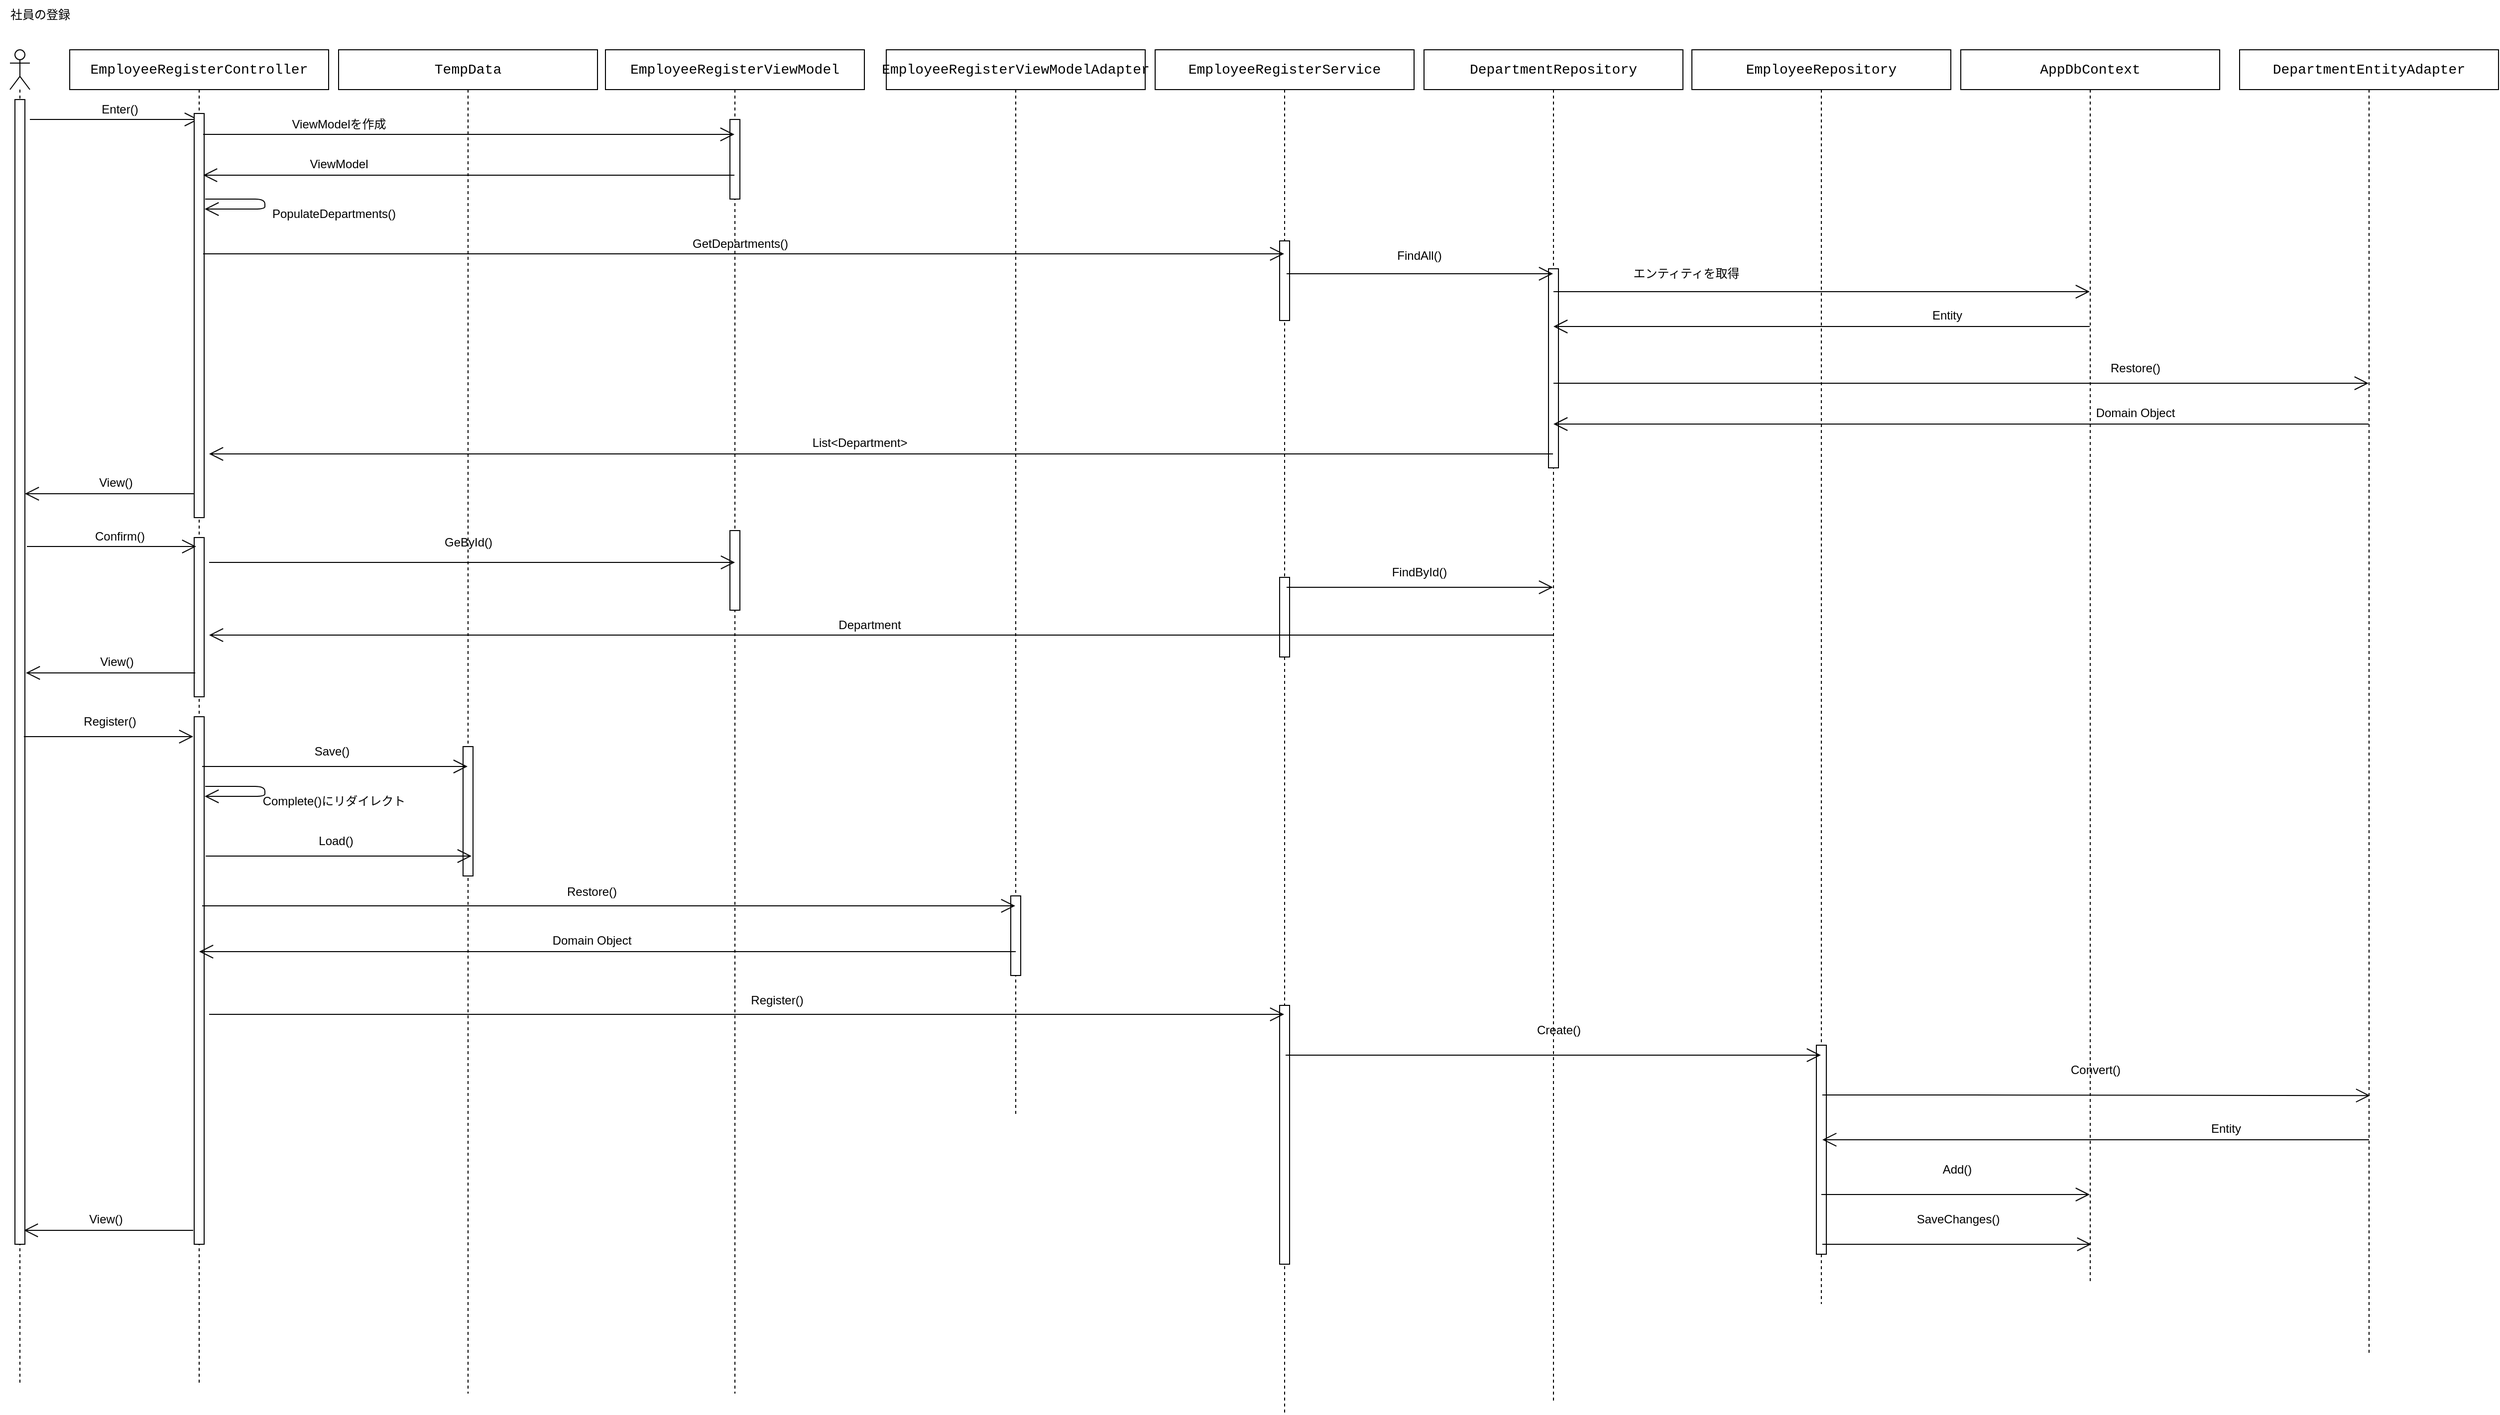
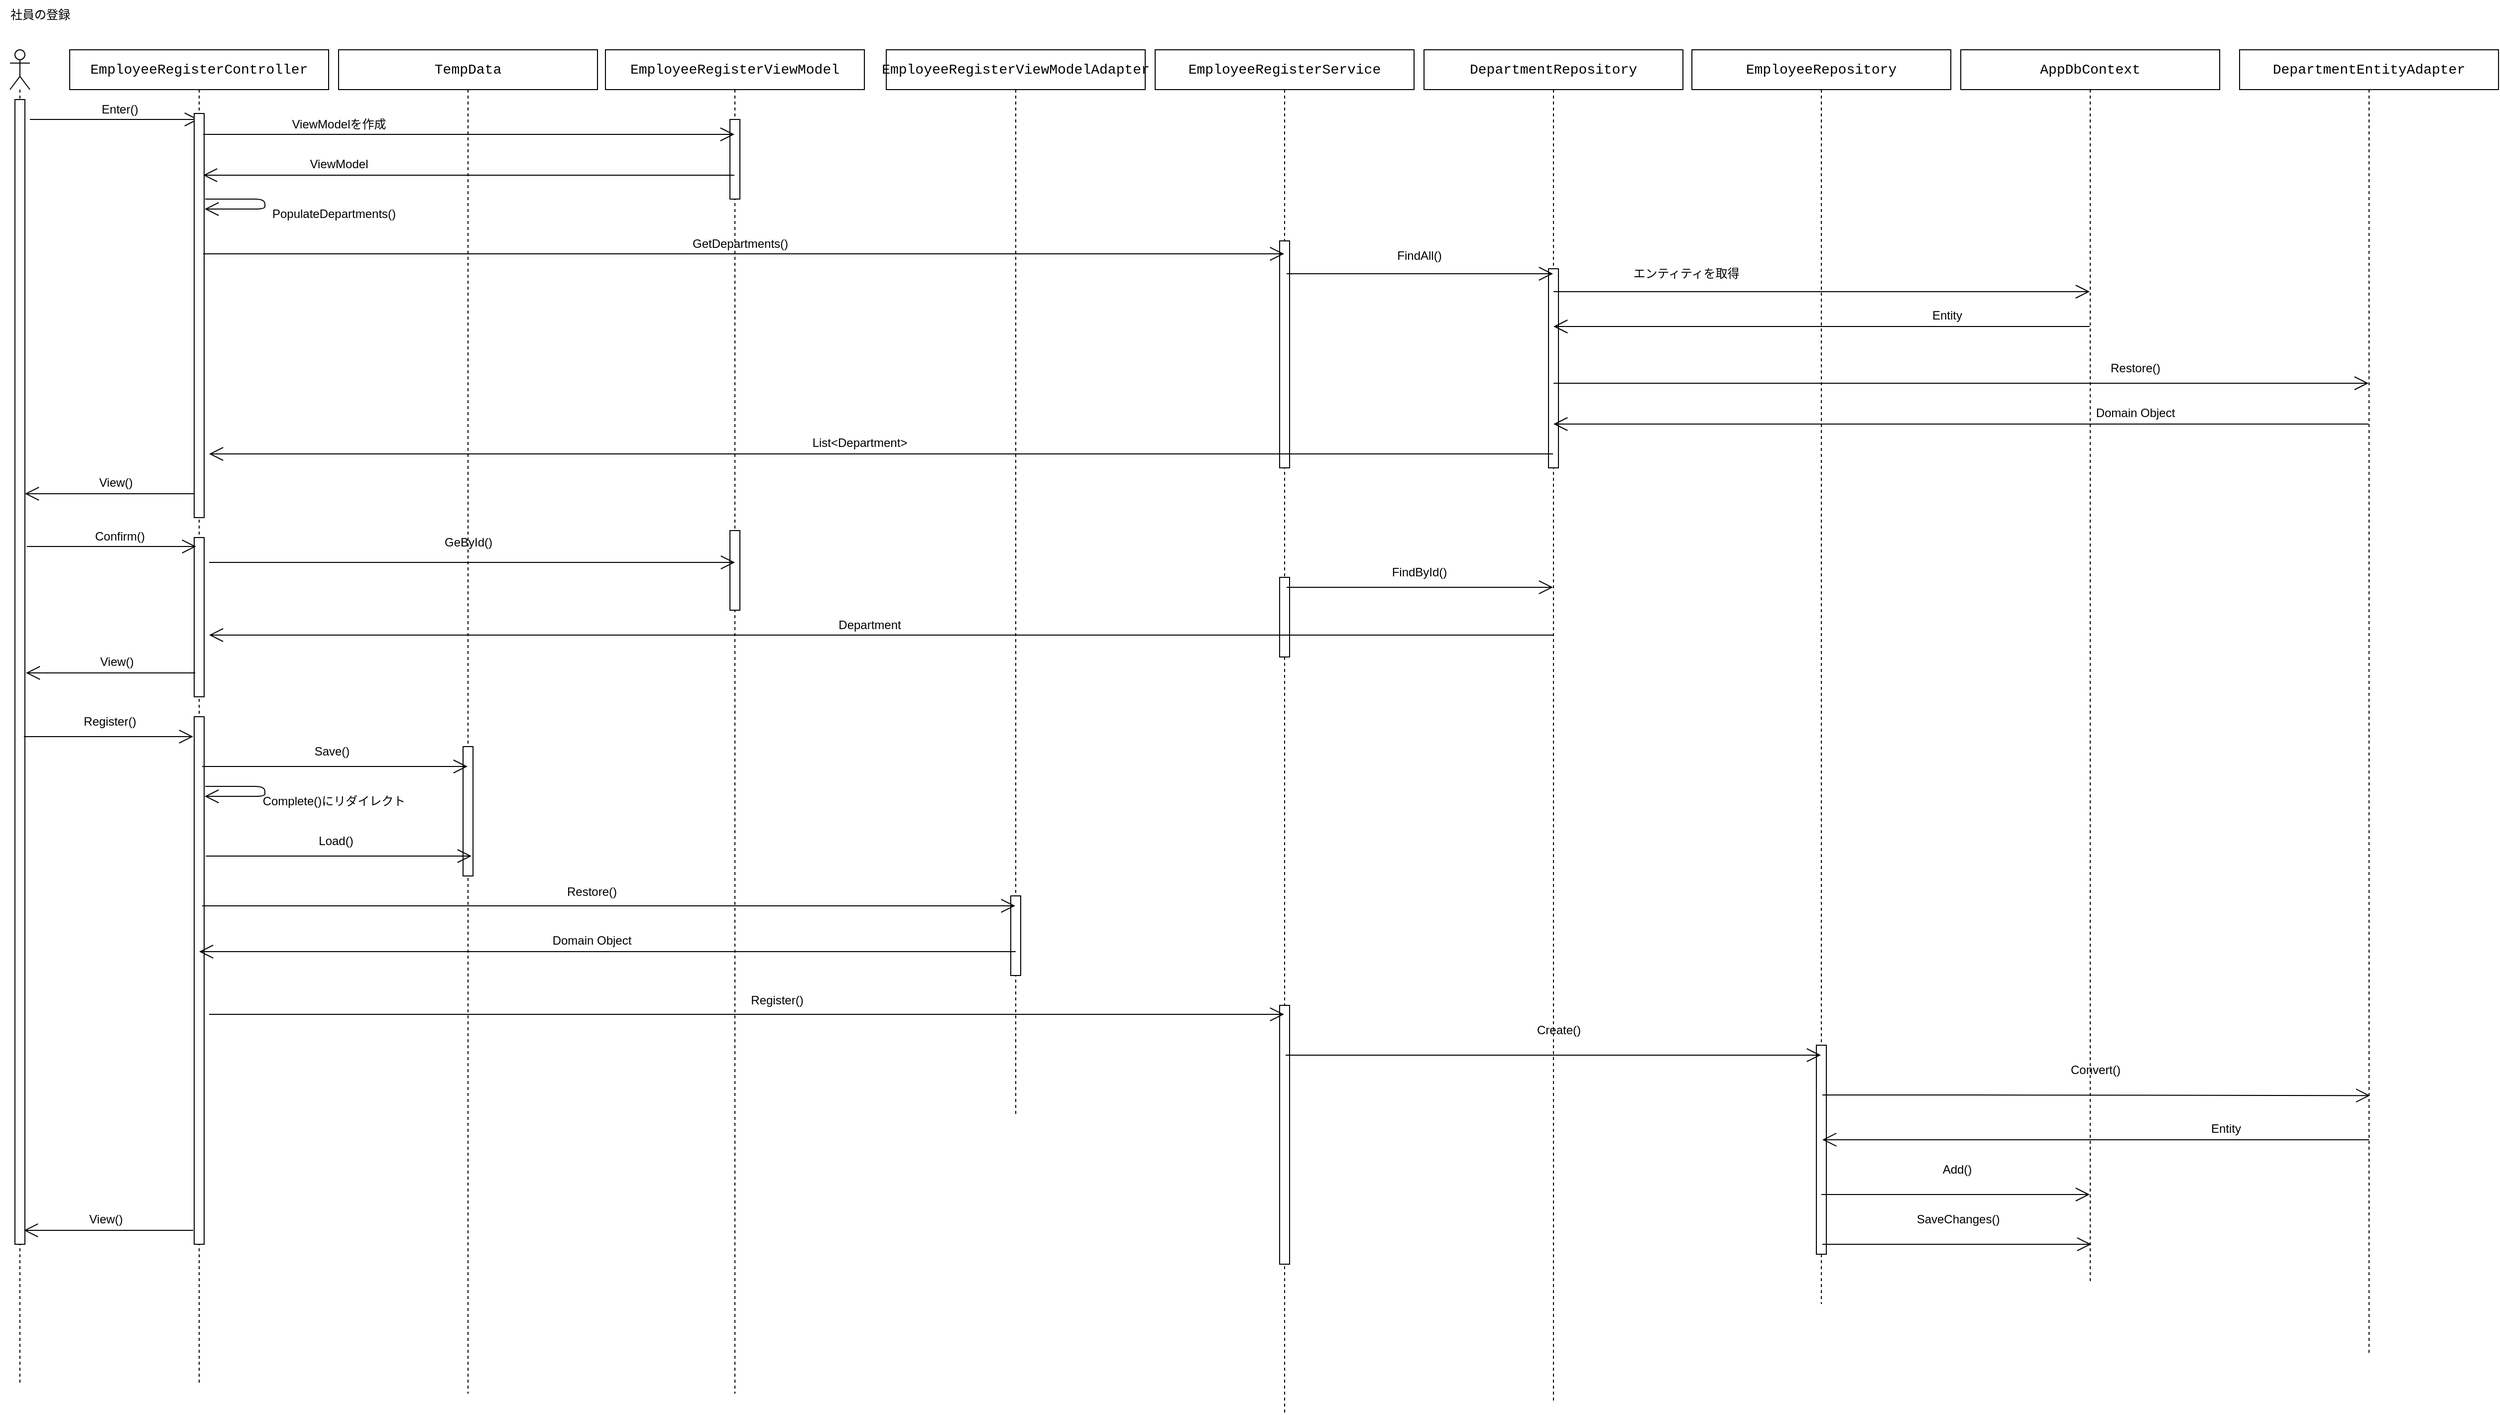
<mxfile host="65bd71144e">
    <diagram id="axI_IrC48X_eGzxyi9Jo" name="ページ1">
        <mxGraphModel dx="1920" dy="1397" grid="1" gridSize="10" guides="1" tooltips="1" connect="1" arrows="1" fold="1" page="1" pageScale="1" pageWidth="827" pageHeight="1169" math="0" shadow="0">
            <root>
                <mxCell id="0"/>
                <mxCell id="1" parent="0"/>
                <mxCell id="3" value="" style="shape=umlLifeline;perimeter=lifelinePerimeter;whiteSpace=wrap;html=1;container=1;dropTarget=0;collapsible=0;recursiveResize=0;outlineConnect=0;portConstraint=eastwest;newEdgeStyle={&quot;curved&quot;:0,&quot;rounded&quot;:0};participant=umlActor;" vertex="1" parent="1">
                    <mxGeometry x="50" y="70" width="20" height="1340" as="geometry"/>
                </mxCell>
                <mxCell id="6" value="" style="html=1;points=[[0,0,0,0,5],[0,1,0,0,-5],[1,0,0,0,5],[1,1,0,0,-5]];perimeter=orthogonalPerimeter;outlineConnect=0;targetShapes=umlLifeline;portConstraint=eastwest;newEdgeStyle={&quot;curved&quot;:0,&quot;rounded&quot;:0};" vertex="1" parent="3">
                    <mxGeometry x="5" y="50" width="10" height="1150" as="geometry"/>
                </mxCell>
                <mxCell id="5" value="社員の登録" style="text;html=1;align=center;verticalAlign=middle;resizable=0;points=[];autosize=1;strokeColor=none;fillColor=none;" vertex="1" parent="1">
                    <mxGeometry x="40" y="20" width="80" height="30" as="geometry"/>
                </mxCell>
                <mxCell id="8" value="&lt;font style=&quot;&quot;&gt;&lt;span style=&quot;font-family: Consolas, &amp;quot;Courier New&amp;quot;, monospace; font-size: 14px; white-space: pre;&quot;&gt;&lt;font style=&quot;color: light-dark(rgb(0, 0, 0), rgb(255, 255, 255));&quot;&gt;EmployeeRegisterViewModel&lt;/font&gt;&lt;/span&gt;&lt;/font&gt;" style="shape=umlLifeline;perimeter=lifelinePerimeter;whiteSpace=wrap;html=1;container=1;dropTarget=0;collapsible=0;recursiveResize=0;outlineConnect=0;portConstraint=eastwest;newEdgeStyle={&quot;curved&quot;:0,&quot;rounded&quot;:0};" vertex="1" parent="1">
                    <mxGeometry x="648" y="70" width="260" height="1350" as="geometry"/>
                </mxCell>
                <mxCell id="57" value="" style="html=1;points=[[0,0,0,0,5],[0,1,0,0,-5],[1,0,0,0,5],[1,1,0,0,-5]];perimeter=orthogonalPerimeter;outlineConnect=0;targetShapes=umlLifeline;portConstraint=eastwest;newEdgeStyle={&quot;curved&quot;:0,&quot;rounded&quot;:0};" vertex="1" parent="8">
                    <mxGeometry x="125" y="70" width="10" height="80" as="geometry"/>
                </mxCell>
                <mxCell id="100" value="" style="html=1;points=[[0,0,0,0,5],[0,1,0,0,-5],[1,0,0,0,5],[1,1,0,0,-5]];perimeter=orthogonalPerimeter;outlineConnect=0;targetShapes=umlLifeline;portConstraint=eastwest;newEdgeStyle={&quot;curved&quot;:0,&quot;rounded&quot;:0};" vertex="1" parent="8">
                    <mxGeometry x="125" y="483" width="10" height="80" as="geometry"/>
                </mxCell>
                <mxCell id="11" value="" style="endArrow=open;endFill=1;endSize=12;html=1;" edge="1" parent="1" target="13">
                    <mxGeometry width="160" relative="1" as="geometry">
                        <mxPoint x="70" y="140" as="sourcePoint"/>
                        <mxPoint x="200" y="140" as="targetPoint"/>
                        <Array as="points">
                            <mxPoint x="210.5" y="140"/>
                        </Array>
                    </mxGeometry>
                </mxCell>
                <mxCell id="12" value="Enter()" style="text;html=1;align=center;verticalAlign=middle;resizable=0;points=[];autosize=1;strokeColor=none;fillColor=none;" vertex="1" parent="1">
                    <mxGeometry x="130" y="115" width="60" height="30" as="geometry"/>
                </mxCell>
                <mxCell id="13" value="&lt;font style=&quot;&quot;&gt;&lt;span style=&quot;font-family: Consolas, &amp;quot;Courier New&amp;quot;, monospace; font-size: 14px; white-space: pre;&quot;&gt;&lt;font style=&quot;color: light-dark(rgb(0, 0, 0), rgb(255, 255, 255));&quot;&gt;EmployeeRegisterController&lt;/font&gt;&lt;/span&gt;&lt;/font&gt;" style="shape=umlLifeline;perimeter=lifelinePerimeter;whiteSpace=wrap;html=1;container=1;dropTarget=0;collapsible=0;recursiveResize=0;outlineConnect=0;portConstraint=eastwest;newEdgeStyle={&quot;curved&quot;:0,&quot;rounded&quot;:0};" vertex="1" parent="1">
                    <mxGeometry x="110" y="70" width="260" height="1340" as="geometry"/>
                </mxCell>
                <mxCell id="32" value="" style="html=1;points=[[0,0,0,0,5],[0,1,0,0,-5],[1,0,0,0,5],[1,1,0,0,-5]];perimeter=orthogonalPerimeter;outlineConnect=0;targetShapes=umlLifeline;portConstraint=eastwest;newEdgeStyle={&quot;curved&quot;:0,&quot;rounded&quot;:0};" vertex="1" parent="13">
                    <mxGeometry x="125" y="64" width="10" height="406" as="geometry"/>
                </mxCell>
                <mxCell id="98" value="" style="html=1;points=[[0,0,0,0,5],[0,1,0,0,-5],[1,0,0,0,5],[1,1,0,0,-5]];perimeter=orthogonalPerimeter;outlineConnect=0;targetShapes=umlLifeline;portConstraint=eastwest;newEdgeStyle={&quot;curved&quot;:0,&quot;rounded&quot;:0};" vertex="1" parent="13">
                    <mxGeometry x="125" y="490" width="10" height="160" as="geometry"/>
                </mxCell>
                <mxCell id="99" value="" style="html=1;points=[[0,0,0,0,5],[0,1,0,0,-5],[1,0,0,0,5],[1,1,0,0,-5]];perimeter=orthogonalPerimeter;outlineConnect=0;targetShapes=umlLifeline;portConstraint=eastwest;newEdgeStyle={&quot;curved&quot;:0,&quot;rounded&quot;:0};" vertex="1" parent="13">
                    <mxGeometry x="125" y="670" width="10" height="530" as="geometry"/>
                </mxCell>
                <mxCell id="15" value="" style="endArrow=open;endFill=1;endSize=12;html=1;" edge="1" parent="1">
                    <mxGeometry width="160" relative="1" as="geometry">
                        <mxPoint x="235" y="516" as="sourcePoint"/>
                        <mxPoint x="65" y="516" as="targetPoint"/>
                        <Array as="points">
                            <mxPoint x="215.5" y="516"/>
                        </Array>
                    </mxGeometry>
                </mxCell>
                <mxCell id="18" value="View()" style="text;html=1;align=center;verticalAlign=middle;resizable=0;points=[];autosize=1;strokeColor=none;fillColor=none;" vertex="1" parent="1">
                    <mxGeometry x="126" y="490" width="60" height="30" as="geometry"/>
                </mxCell>
                <mxCell id="19" value="" style="endArrow=open;endFill=1;endSize=12;html=1;" edge="1" parent="1">
                    <mxGeometry width="160" relative="1" as="geometry">
                        <mxPoint x="67" y="569" as="sourcePoint"/>
                        <mxPoint x="237" y="569" as="targetPoint"/>
                        <Array as="points">
                            <mxPoint x="207.5" y="569"/>
                        </Array>
                    </mxGeometry>
                </mxCell>
                <mxCell id="20" value="Confirm()" style="text;html=1;align=center;verticalAlign=middle;resizable=0;points=[];autosize=1;strokeColor=none;fillColor=none;" vertex="1" parent="1">
                    <mxGeometry x="125" y="544" width="70" height="30" as="geometry"/>
                </mxCell>
                <mxCell id="25" value="View()" style="text;html=1;align=center;verticalAlign=middle;resizable=0;points=[];autosize=1;strokeColor=none;fillColor=none;" vertex="1" parent="1">
                    <mxGeometry x="127" y="670" width="60" height="30" as="geometry"/>
                </mxCell>
                <mxCell id="26" value="" style="endArrow=open;endFill=1;endSize=12;html=1;" edge="1" parent="1">
                    <mxGeometry width="160" relative="1" as="geometry">
                        <mxPoint x="236" y="696" as="sourcePoint"/>
                        <mxPoint x="66" y="696" as="targetPoint"/>
                        <Array as="points">
                            <mxPoint x="216.5" y="696"/>
                        </Array>
                    </mxGeometry>
                </mxCell>
                <mxCell id="29" value="" style="endArrow=open;endFill=1;endSize=12;html=1;" edge="1" parent="1">
                    <mxGeometry width="160" relative="1" as="geometry">
                        <mxPoint x="234" y="1256" as="sourcePoint"/>
                        <mxPoint x="64" y="1256" as="targetPoint"/>
                        <Array as="points">
                            <mxPoint x="214.5" y="1256"/>
                        </Array>
                    </mxGeometry>
                </mxCell>
                <mxCell id="30" value="View()" style="text;html=1;align=center;verticalAlign=middle;resizable=0;points=[];autosize=1;strokeColor=none;fillColor=none;" vertex="1" parent="1">
                    <mxGeometry x="116" y="1230" width="60" height="30" as="geometry"/>
                </mxCell>
                <mxCell id="33" value="ViewModelを作成" style="text;html=1;align=center;verticalAlign=middle;resizable=0;points=[];autosize=1;strokeColor=none;fillColor=none;" vertex="1" parent="1">
                    <mxGeometry x="320" y="130" width="120" height="30" as="geometry"/>
                </mxCell>
                <mxCell id="34" value="" style="endArrow=open;endFill=1;endSize=12;html=1;" edge="1" parent="1" target="8">
                    <mxGeometry width="160" relative="1" as="geometry">
                        <mxPoint x="244" y="155" as="sourcePoint"/>
                        <mxPoint x="414" y="155" as="targetPoint"/>
                        <Array as="points">
                            <mxPoint x="384.5" y="155"/>
                        </Array>
                    </mxGeometry>
                </mxCell>
                <mxCell id="35" value="" style="endArrow=open;endFill=1;endSize=12;html=1;" edge="1" parent="1" source="8">
                    <mxGeometry width="160" relative="1" as="geometry">
                        <mxPoint x="414" y="196" as="sourcePoint"/>
                        <mxPoint x="244" y="196" as="targetPoint"/>
                        <Array as="points">
                            <mxPoint x="394.5" y="196"/>
                        </Array>
                    </mxGeometry>
                </mxCell>
                <mxCell id="36" value="ViewModel" style="text;html=1;align=center;verticalAlign=middle;resizable=0;points=[];autosize=1;strokeColor=none;fillColor=none;" vertex="1" parent="1">
                    <mxGeometry x="340" y="170" width="80" height="30" as="geometry"/>
                </mxCell>
                <mxCell id="37" value="" style="endArrow=open;endFill=1;endSize=12;html=1;" edge="1" parent="1">
                    <mxGeometry width="160" relative="1" as="geometry">
                        <mxPoint x="246" y="220" as="sourcePoint"/>
                        <mxPoint x="245.5" y="230" as="targetPoint"/>
                        <Array as="points">
                            <mxPoint x="306" y="220"/>
                            <mxPoint x="306" y="230"/>
                        </Array>
                    </mxGeometry>
                </mxCell>
                <mxCell id="38" value="PopulateDepartments()" style="text;html=1;align=center;verticalAlign=middle;resizable=0;points=[];autosize=1;strokeColor=none;fillColor=none;" vertex="1" parent="1">
                    <mxGeometry x="300" y="220" width="150" height="30" as="geometry"/>
                </mxCell>
                <mxCell id="39" value="&lt;font style=&quot;&quot;&gt;&lt;span style=&quot;font-family: Consolas, &amp;quot;Courier New&amp;quot;, monospace; font-size: 14px; white-space: pre;&quot;&gt;&lt;font style=&quot;color: light-dark(rgb(0, 0, 0), rgb(255, 255, 255));&quot;&gt;EmployeeRegisterService&lt;/font&gt;&lt;/span&gt;&lt;/font&gt;" style="shape=umlLifeline;perimeter=lifelinePerimeter;whiteSpace=wrap;html=1;container=1;dropTarget=0;collapsible=0;recursiveResize=0;outlineConnect=0;portConstraint=eastwest;newEdgeStyle={&quot;curved&quot;:0,&quot;rounded&quot;:0};" vertex="1" parent="1">
                    <mxGeometry x="1200" y="70" width="260" height="1370" as="geometry"/>
                </mxCell>
                <mxCell id="103" value="" style="html=1;points=[[0,0,0,0,5],[0,1,0,0,-5],[1,0,0,0,5],[1,1,0,0,-5]];perimeter=orthogonalPerimeter;outlineConnect=0;targetShapes=umlLifeline;portConstraint=eastwest;newEdgeStyle={&quot;curved&quot;:0,&quot;rounded&quot;:0};" vertex="1" parent="39">
-                     <mxGeometry x="125" y="192" width="10" height="80" as="geometry"/>
+                     <mxGeometry x="125" y="192" width="10" height="228" as="geometry"/>
                </mxCell>
                <mxCell id="104" value="" style="html=1;points=[[0,0,0,0,5],[0,1,0,0,-5],[1,0,0,0,5],[1,1,0,0,-5]];perimeter=orthogonalPerimeter;outlineConnect=0;targetShapes=umlLifeline;portConstraint=eastwest;newEdgeStyle={&quot;curved&quot;:0,&quot;rounded&quot;:0};" vertex="1" parent="39">
                    <mxGeometry x="125" y="530" width="10" height="80" as="geometry"/>
                </mxCell>
                <mxCell id="105" value="" style="html=1;points=[[0,0,0,0,5],[0,1,0,0,-5],[1,0,0,0,5],[1,1,0,0,-5]];perimeter=orthogonalPerimeter;outlineConnect=0;targetShapes=umlLifeline;portConstraint=eastwest;newEdgeStyle={&quot;curved&quot;:0,&quot;rounded&quot;:0};" vertex="1" parent="39">
                    <mxGeometry x="125" y="960" width="10" height="260" as="geometry"/>
                </mxCell>
                <mxCell id="40" value="" style="endArrow=open;endFill=1;endSize=12;html=1;" edge="1" parent="1" target="39">
                    <mxGeometry width="160" relative="1" as="geometry">
                        <mxPoint x="244" y="275" as="sourcePoint"/>
                        <mxPoint x="414" y="275" as="targetPoint"/>
                        <Array as="points">
                            <mxPoint x="384.5" y="275"/>
                        </Array>
                    </mxGeometry>
                </mxCell>
                <mxCell id="41" value="GetDepartments()" style="text;html=1;align=center;verticalAlign=middle;resizable=0;points=[];autosize=1;strokeColor=none;fillColor=none;" vertex="1" parent="1">
                    <mxGeometry x="723" y="250" width="120" height="30" as="geometry"/>
                </mxCell>
                <mxCell id="42" value="&lt;font style=&quot;&quot;&gt;&lt;span style=&quot;font-family: Consolas, &amp;quot;Courier New&amp;quot;, monospace; font-size: 14px; white-space: pre;&quot;&gt;&lt;font style=&quot;color: light-dark(rgb(0, 0, 0), rgb(255, 255, 255));&quot;&gt;DepartmentRepository&lt;/font&gt;&lt;/span&gt;&lt;/font&gt;" style="shape=umlLifeline;perimeter=lifelinePerimeter;whiteSpace=wrap;html=1;container=1;dropTarget=0;collapsible=0;recursiveResize=0;outlineConnect=0;portConstraint=eastwest;newEdgeStyle={&quot;curved&quot;:0,&quot;rounded&quot;:0};" vertex="1" parent="1">
                    <mxGeometry x="1470" y="70" width="260" height="1360" as="geometry"/>
                </mxCell>
                <mxCell id="106" value="" style="html=1;points=[[0,0,0,0,5],[0,1,0,0,-5],[1,0,0,0,5],[1,1,0,0,-5]];perimeter=orthogonalPerimeter;outlineConnect=0;targetShapes=umlLifeline;portConstraint=eastwest;newEdgeStyle={&quot;curved&quot;:0,&quot;rounded&quot;:0};" vertex="1" parent="42">
                    <mxGeometry x="125" y="220" width="10" height="200" as="geometry"/>
                </mxCell>
                <mxCell id="43" value="" style="endArrow=open;endFill=1;endSize=12;html=1;" edge="1" parent="1" target="42">
                    <mxGeometry width="160" relative="1" as="geometry">
                        <mxPoint x="1332" y="295" as="sourcePoint"/>
                        <mxPoint x="1868" y="295" as="targetPoint"/>
                        <Array as="points">
                            <mxPoint x="1472.5" y="295"/>
                        </Array>
                    </mxGeometry>
                </mxCell>
                <mxCell id="44" value="FindAll()" style="text;html=1;align=center;verticalAlign=middle;resizable=0;points=[];autosize=1;strokeColor=none;fillColor=none;" vertex="1" parent="1">
                    <mxGeometry x="1430" y="262" width="70" height="30" as="geometry"/>
                </mxCell>
                <mxCell id="45" value="&lt;font style=&quot;&quot;&gt;&lt;span style=&quot;font-family: Consolas, &amp;quot;Courier New&amp;quot;, monospace; font-size: 14px; white-space: pre;&quot;&gt;&lt;font style=&quot;color: light-dark(rgb(0, 0, 0), rgb(255, 255, 255));&quot;&gt;AppDbContext&lt;/font&gt;&lt;/span&gt;&lt;/font&gt;" style="shape=umlLifeline;perimeter=lifelinePerimeter;whiteSpace=wrap;html=1;container=1;dropTarget=0;collapsible=0;recursiveResize=0;outlineConnect=0;portConstraint=eastwest;newEdgeStyle={&quot;curved&quot;:0,&quot;rounded&quot;:0};" vertex="1" parent="1">
                    <mxGeometry x="2009" y="70" width="260" height="1240" as="geometry"/>
                </mxCell>
                <mxCell id="46" value="" style="endArrow=open;endFill=1;endSize=12;html=1;" edge="1" parent="1" target="45">
                    <mxGeometry width="160" relative="1" as="geometry">
                        <mxPoint x="1600" y="313" as="sourcePoint"/>
                        <mxPoint x="1868" y="313" as="targetPoint"/>
                        <Array as="points">
                            <mxPoint x="1740.5" y="313"/>
                        </Array>
                    </mxGeometry>
                </mxCell>
                <mxCell id="47" value="エンティティを取得" style="text;html=1;align=center;verticalAlign=middle;resizable=0;points=[];autosize=1;strokeColor=none;fillColor=none;" vertex="1" parent="1">
                    <mxGeometry x="1668" y="280" width="130" height="30" as="geometry"/>
                </mxCell>
                <mxCell id="48" value="Entity" style="text;html=1;align=center;verticalAlign=middle;resizable=0;points=[];autosize=1;strokeColor=none;fillColor=none;" vertex="1" parent="1">
                    <mxGeometry x="1970" y="322" width="50" height="30" as="geometry"/>
                </mxCell>
                <mxCell id="49" value="" style="endArrow=open;endFill=1;endSize=12;html=1;" edge="1" parent="1" source="45">
                    <mxGeometry width="160" relative="1" as="geometry">
                        <mxPoint x="1866" y="348" as="sourcePoint"/>
                        <mxPoint x="1600" y="348" as="targetPoint"/>
                        <Array as="points"/>
                    </mxGeometry>
                </mxCell>
                <mxCell id="50" value="&lt;font face=&quot;Consolas, Courier New, monospace&quot;&gt;&lt;span style=&quot;font-size: 14px; white-space: pre;&quot;&gt;DepartmentEntityAdapter&lt;/span&gt;&lt;/font&gt;" style="shape=umlLifeline;perimeter=lifelinePerimeter;whiteSpace=wrap;html=1;container=1;dropTarget=0;collapsible=0;recursiveResize=0;outlineConnect=0;portConstraint=eastwest;newEdgeStyle={&quot;curved&quot;:0,&quot;rounded&quot;:0};" vertex="1" parent="1">
                    <mxGeometry x="2289" y="70" width="260" height="1310" as="geometry"/>
                </mxCell>
                <mxCell id="51" value="" style="endArrow=open;endFill=1;endSize=12;html=1;" edge="1" parent="1" source="42" target="50">
                    <mxGeometry width="160" relative="1" as="geometry">
                        <mxPoint x="1610" y="440" as="sourcePoint"/>
                        <mxPoint x="1890" y="405" as="targetPoint"/>
                        <Array as="points">
                            <mxPoint x="1750.5" y="405"/>
                        </Array>
                    </mxGeometry>
                </mxCell>
                <mxCell id="52" value="Restore()" style="text;html=1;align=center;verticalAlign=middle;resizable=0;points=[];autosize=1;strokeColor=none;fillColor=none;" vertex="1" parent="1">
                    <mxGeometry x="2149" y="375" width="70" height="30" as="geometry"/>
                </mxCell>
                <mxCell id="53" value="" style="endArrow=open;endFill=1;endSize=12;html=1;" edge="1" parent="1" source="50">
                    <mxGeometry width="160" relative="1" as="geometry">
                        <mxPoint x="1880" y="446" as="sourcePoint"/>
                        <mxPoint x="1600" y="446" as="targetPoint"/>
                        <Array as="points"/>
                    </mxGeometry>
                </mxCell>
                <mxCell id="54" value="Domain Object" style="text;html=1;align=center;verticalAlign=middle;resizable=0;points=[];autosize=1;strokeColor=none;fillColor=none;" vertex="1" parent="1">
                    <mxGeometry x="2134" y="420" width="100" height="30" as="geometry"/>
                </mxCell>
                <mxCell id="55" value="List&amp;lt;Department&amp;gt;" style="text;html=1;align=center;verticalAlign=middle;resizable=0;points=[];autosize=1;strokeColor=none;fillColor=none;" vertex="1" parent="1">
                    <mxGeometry x="843" y="450" width="120" height="30" as="geometry"/>
                </mxCell>
                <mxCell id="56" value="" style="endArrow=open;endFill=1;endSize=12;html=1;" edge="1" parent="1" source="42">
                    <mxGeometry width="160" relative="1" as="geometry">
                        <mxPoint x="1050" y="476" as="sourcePoint"/>
                        <mxPoint x="250" y="476" as="targetPoint"/>
                        <Array as="points"/>
                    </mxGeometry>
                </mxCell>
                <mxCell id="58" value="" style="endArrow=open;endFill=1;endSize=12;html=1;" edge="1" parent="1">
                    <mxGeometry width="160" relative="1" as="geometry">
                        <mxPoint x="250" y="585" as="sourcePoint"/>
                        <mxPoint x="778" y="585" as="targetPoint"/>
                        <Array as="points">
                            <mxPoint x="382.5" y="585"/>
                        </Array>
                    </mxGeometry>
                </mxCell>
                <mxCell id="59" value="GeById()" style="text;html=1;align=center;verticalAlign=middle;resizable=0;points=[];autosize=1;strokeColor=none;fillColor=none;" vertex="1" parent="1">
                    <mxGeometry x="475" y="550" width="70" height="30" as="geometry"/>
                </mxCell>
                <mxCell id="60" value="" style="endArrow=open;endFill=1;endSize=12;html=1;" edge="1" parent="1" target="42">
                    <mxGeometry width="160" relative="1" as="geometry">
                        <mxPoint x="1332" y="610" as="sourcePoint"/>
                        <mxPoint x="1868" y="610" as="targetPoint"/>
                        <Array as="points">
                            <mxPoint x="1472.5" y="610"/>
                        </Array>
                    </mxGeometry>
                </mxCell>
                <mxCell id="61" value="FindById()" style="text;html=1;align=center;verticalAlign=middle;resizable=0;points=[];autosize=1;strokeColor=none;fillColor=none;" vertex="1" parent="1">
                    <mxGeometry x="1425" y="580" width="80" height="30" as="geometry"/>
                </mxCell>
                <mxCell id="62" value="Department" style="text;html=1;align=center;verticalAlign=middle;resizable=0;points=[];autosize=1;strokeColor=none;fillColor=none;" vertex="1" parent="1">
                    <mxGeometry x="868" y="633" width="90" height="30" as="geometry"/>
                </mxCell>
                <mxCell id="63" value="" style="endArrow=open;endFill=1;endSize=12;html=1;" edge="1" parent="1" source="42">
                    <mxGeometry width="160" relative="1" as="geometry">
                        <mxPoint x="1048" y="658" as="sourcePoint"/>
                        <mxPoint x="250" y="658" as="targetPoint"/>
                        <Array as="points">
                            <mxPoint x="932.5" y="658"/>
                        </Array>
                    </mxGeometry>
                </mxCell>
                <mxCell id="64" value="" style="endArrow=open;endFill=1;endSize=12;html=1;" edge="1" parent="1">
                    <mxGeometry width="160" relative="1" as="geometry">
                        <mxPoint x="64" y="760" as="sourcePoint"/>
                        <mxPoint x="234" y="760" as="targetPoint"/>
                        <Array as="points">
                            <mxPoint x="204.5" y="760"/>
                        </Array>
                    </mxGeometry>
                </mxCell>
                <mxCell id="65" value="Register()" style="text;html=1;align=center;verticalAlign=middle;resizable=0;points=[];autosize=1;strokeColor=none;fillColor=none;" vertex="1" parent="1">
                    <mxGeometry x="110" y="730" width="80" height="30" as="geometry"/>
                </mxCell>
                <mxCell id="66" value="" style="endArrow=open;endFill=1;endSize=12;html=1;" edge="1" parent="1">
                    <mxGeometry width="160" relative="1" as="geometry">
                        <mxPoint x="246" y="810" as="sourcePoint"/>
                        <mxPoint x="245.5" y="820" as="targetPoint"/>
                        <Array as="points">
                            <mxPoint x="306" y="810"/>
                            <mxPoint x="306" y="820"/>
                        </Array>
                    </mxGeometry>
                </mxCell>
                <mxCell id="67" value="Complete()にリダイレクト" style="text;html=1;align=center;verticalAlign=middle;resizable=0;points=[];autosize=1;strokeColor=none;fillColor=none;" vertex="1" parent="1">
                    <mxGeometry x="290" y="810" width="170" height="30" as="geometry"/>
                </mxCell>
                <mxCell id="68" value="&lt;font style=&quot;&quot;&gt;&lt;span style=&quot;font-family: Consolas, &amp;quot;Courier New&amp;quot;, monospace; font-size: 14px; white-space: pre;&quot;&gt;&lt;font style=&quot;color: light-dark(rgb(0, 0, 0), rgb(255, 255, 255));&quot;&gt;TempData&lt;/font&gt;&lt;/span&gt;&lt;/font&gt;" style="shape=umlLifeline;perimeter=lifelinePerimeter;whiteSpace=wrap;html=1;container=1;dropTarget=0;collapsible=0;recursiveResize=0;outlineConnect=0;portConstraint=eastwest;newEdgeStyle={&quot;curved&quot;:0,&quot;rounded&quot;:0};" vertex="1" parent="1">
                    <mxGeometry x="380" y="70" width="260" height="1350" as="geometry"/>
                </mxCell>
                <mxCell id="97" value="" style="html=1;points=[[0,0,0,0,5],[0,1,0,0,-5],[1,0,0,0,5],[1,1,0,0,-5]];perimeter=orthogonalPerimeter;outlineConnect=0;targetShapes=umlLifeline;portConstraint=eastwest;newEdgeStyle={&quot;curved&quot;:0,&quot;rounded&quot;:0};" vertex="1" parent="68">
                    <mxGeometry x="125" y="700" width="10" height="130" as="geometry"/>
                </mxCell>
                <mxCell id="71" value="Save()" style="text;html=1;align=center;verticalAlign=middle;resizable=0;points=[];autosize=1;strokeColor=none;fillColor=none;" vertex="1" parent="1">
                    <mxGeometry x="343" y="760" width="60" height="30" as="geometry"/>
                </mxCell>
                <mxCell id="72" value="" style="endArrow=open;endFill=1;endSize=12;html=1;" edge="1" parent="1" target="68">
                    <mxGeometry width="160" relative="1" as="geometry">
                        <mxPoint x="243" y="790" as="sourcePoint"/>
                        <mxPoint x="413" y="790" as="targetPoint"/>
                        <Array as="points">
                            <mxPoint x="383.5" y="790"/>
                        </Array>
                    </mxGeometry>
                </mxCell>
                <mxCell id="73" value="" style="endArrow=open;endFill=1;endSize=12;html=1;" edge="1" parent="1">
                    <mxGeometry width="160" relative="1" as="geometry">
                        <mxPoint x="246.5" y="880" as="sourcePoint"/>
                        <mxPoint x="513.5" y="880" as="targetPoint"/>
                        <Array as="points">
                            <mxPoint x="387" y="880"/>
                        </Array>
                    </mxGeometry>
                </mxCell>
                <mxCell id="74" value="Load()" style="text;html=1;align=center;verticalAlign=middle;resizable=0;points=[];autosize=1;strokeColor=none;fillColor=none;" vertex="1" parent="1">
                    <mxGeometry x="346.5" y="850" width="60" height="30" as="geometry"/>
                </mxCell>
                <mxCell id="76" value="&lt;font style=&quot;&quot;&gt;&lt;span style=&quot;font-family: Consolas, &amp;quot;Courier New&amp;quot;, monospace; font-size: 14px; white-space: pre;&quot;&gt;&lt;font style=&quot;color: light-dark(rgb(0, 0, 0), rgb(255, 255, 255));&quot;&gt;EmployeeRegisterViewModelAdapter&lt;/font&gt;&lt;/span&gt;&lt;/font&gt;" style="shape=umlLifeline;perimeter=lifelinePerimeter;whiteSpace=wrap;html=1;container=1;dropTarget=0;collapsible=0;recursiveResize=0;outlineConnect=0;portConstraint=eastwest;newEdgeStyle={&quot;curved&quot;:0,&quot;rounded&quot;:0};" vertex="1" parent="1">
                    <mxGeometry x="930" y="70" width="260" height="1070" as="geometry"/>
                </mxCell>
                <mxCell id="101" value="" style="html=1;points=[[0,0,0,0,5],[0,1,0,0,-5],[1,0,0,0,5],[1,1,0,0,-5]];perimeter=orthogonalPerimeter;outlineConnect=0;targetShapes=umlLifeline;portConstraint=eastwest;newEdgeStyle={&quot;curved&quot;:0,&quot;rounded&quot;:0};" vertex="1" parent="76">
                    <mxGeometry x="125" y="850" width="10" height="80" as="geometry"/>
                </mxCell>
                <mxCell id="78" value="" style="endArrow=open;endFill=1;endSize=12;html=1;" edge="1" parent="1" target="76">
                    <mxGeometry width="160" relative="1" as="geometry">
                        <mxPoint x="243" y="930" as="sourcePoint"/>
                        <mxPoint x="510" y="930" as="targetPoint"/>
                        <Array as="points">
                            <mxPoint x="383.5" y="930"/>
                        </Array>
                    </mxGeometry>
                </mxCell>
                <mxCell id="79" value="Restore()" style="text;html=1;align=center;verticalAlign=middle;resizable=0;points=[];autosize=1;strokeColor=none;fillColor=none;" vertex="1" parent="1">
                    <mxGeometry x="599" y="901" width="70" height="30" as="geometry"/>
                </mxCell>
                <mxCell id="82" value="Domain Object" style="text;html=1;align=center;verticalAlign=middle;resizable=0;points=[];autosize=1;strokeColor=none;fillColor=none;" vertex="1" parent="1">
                    <mxGeometry x="584" y="950" width="100" height="30" as="geometry"/>
                </mxCell>
                <mxCell id="83" value="" style="endArrow=open;endFill=1;endSize=12;html=1;" edge="1" parent="1" target="13">
                    <mxGeometry width="160" relative="1" as="geometry">
                        <mxPoint x="1060" y="976" as="sourcePoint"/>
                        <mxPoint x="890" y="976" as="targetPoint"/>
                        <Array as="points">
                            <mxPoint x="1040.5" y="976"/>
                        </Array>
                    </mxGeometry>
                </mxCell>
                <mxCell id="84" value="" style="endArrow=open;endFill=1;endSize=12;html=1;" edge="1" parent="1" target="39">
                    <mxGeometry width="160" relative="1" as="geometry">
                        <mxPoint x="250" y="1039" as="sourcePoint"/>
                        <mxPoint x="1067" y="1039" as="targetPoint"/>
                        <Array as="points">
                            <mxPoint x="390.5" y="1039"/>
                        </Array>
                    </mxGeometry>
                </mxCell>
                <mxCell id="85" value="Register()" style="text;html=1;align=center;verticalAlign=middle;resizable=0;points=[];autosize=1;strokeColor=none;fillColor=none;" vertex="1" parent="1">
                    <mxGeometry x="780" y="1010" width="80" height="30" as="geometry"/>
                </mxCell>
                <mxCell id="86" value="&lt;font style=&quot;&quot;&gt;&lt;span style=&quot;font-family: Consolas, &amp;quot;Courier New&amp;quot;, monospace; font-size: 14px; white-space: pre;&quot;&gt;&lt;font style=&quot;color: light-dark(rgb(0, 0, 0), rgb(255, 255, 255));&quot;&gt;EmployeeRepository&lt;/font&gt;&lt;/span&gt;&lt;/font&gt;" style="shape=umlLifeline;perimeter=lifelinePerimeter;whiteSpace=wrap;html=1;container=1;dropTarget=0;collapsible=0;recursiveResize=0;outlineConnect=0;portConstraint=eastwest;newEdgeStyle={&quot;curved&quot;:0,&quot;rounded&quot;:0};" vertex="1" parent="1">
                    <mxGeometry x="1739" y="70" width="260" height="1260" as="geometry"/>
                </mxCell>
                <mxCell id="107" value="" style="html=1;points=[[0,0,0,0,5],[0,1,0,0,-5],[1,0,0,0,5],[1,1,0,0,-5]];perimeter=orthogonalPerimeter;outlineConnect=0;targetShapes=umlLifeline;portConstraint=eastwest;newEdgeStyle={&quot;curved&quot;:0,&quot;rounded&quot;:0};" vertex="1" parent="86">
                    <mxGeometry x="125" y="1000" width="10" height="210" as="geometry"/>
                </mxCell>
                <mxCell id="87" value="" style="endArrow=open;endFill=1;endSize=12;html=1;" edge="1" parent="1" target="86">
                    <mxGeometry width="160" relative="1" as="geometry">
                        <mxPoint x="1331" y="1080" as="sourcePoint"/>
                        <mxPoint x="1820" y="1080" as="targetPoint"/>
                        <Array as="points">
                            <mxPoint x="1471.5" y="1080"/>
                        </Array>
                    </mxGeometry>
                </mxCell>
                <mxCell id="88" value="Create()" style="text;html=1;align=center;verticalAlign=middle;resizable=0;points=[];autosize=1;strokeColor=none;fillColor=none;" vertex="1" parent="1">
                    <mxGeometry x="1570" y="1040" width="70" height="30" as="geometry"/>
                </mxCell>
                <mxCell id="89" value="" style="endArrow=open;endFill=1;endSize=12;html=1;entryX=0.504;entryY=0.802;entryDx=0;entryDy=0;entryPerimeter=0;" edge="1" parent="1" target="50">
                    <mxGeometry width="160" relative="1" as="geometry">
                        <mxPoint x="1870" y="1120" as="sourcePoint"/>
                        <mxPoint x="2408" y="1120" as="targetPoint"/>
                        <Array as="points">
                            <mxPoint x="2010.5" y="1120"/>
                        </Array>
                    </mxGeometry>
                </mxCell>
                <mxCell id="90" value="Convert()" style="text;html=1;align=center;verticalAlign=middle;resizable=0;points=[];autosize=1;strokeColor=none;fillColor=none;" vertex="1" parent="1">
                    <mxGeometry x="2109" y="1080" width="70" height="30" as="geometry"/>
                </mxCell>
                <mxCell id="91" value="" style="endArrow=open;endFill=1;endSize=12;html=1;entryX=0.504;entryY=0.869;entryDx=0;entryDy=0;entryPerimeter=0;" edge="1" parent="1" target="86">
                    <mxGeometry width="160" relative="1" as="geometry">
                        <mxPoint x="2419" y="1165" as="sourcePoint"/>
                        <mxPoint x="1880" y="1165" as="targetPoint"/>
                        <Array as="points"/>
                    </mxGeometry>
                </mxCell>
                <mxCell id="92" value="Entity" style="text;html=1;align=center;verticalAlign=middle;resizable=0;points=[];autosize=1;strokeColor=none;fillColor=none;" vertex="1" parent="1">
                    <mxGeometry x="2250" y="1139" width="50" height="30" as="geometry"/>
                </mxCell>
                <mxCell id="93" value="" style="endArrow=open;endFill=1;endSize=12;html=1;" edge="1" parent="1" target="45">
                    <mxGeometry width="160" relative="1" as="geometry">
                        <mxPoint x="1869" y="1220" as="sourcePoint"/>
                        <mxPoint x="2419" y="1221" as="targetPoint"/>
                        <Array as="points">
                            <mxPoint x="2009.5" y="1220"/>
                        </Array>
                    </mxGeometry>
                </mxCell>
                <mxCell id="94" value="Add()" style="text;html=1;align=center;verticalAlign=middle;resizable=0;points=[];autosize=1;strokeColor=none;fillColor=none;" vertex="1" parent="1">
                    <mxGeometry x="1980" y="1180" width="50" height="30" as="geometry"/>
                </mxCell>
                <mxCell id="95" value="" style="endArrow=open;endFill=1;endSize=12;html=1;" edge="1" parent="1">
                    <mxGeometry width="160" relative="1" as="geometry">
                        <mxPoint x="1870" y="1270" as="sourcePoint"/>
                        <mxPoint x="2140" y="1270" as="targetPoint"/>
                        <Array as="points">
                            <mxPoint x="2010.5" y="1270"/>
                        </Array>
                    </mxGeometry>
                </mxCell>
                <mxCell id="96" value="SaveChanges()" style="text;html=1;align=center;verticalAlign=middle;resizable=0;points=[];autosize=1;strokeColor=none;fillColor=none;" vertex="1" parent="1">
                    <mxGeometry x="1951" y="1230" width="110" height="30" as="geometry"/>
                </mxCell>
            </root>
        </mxGraphModel>
    </diagram>
</mxfile>